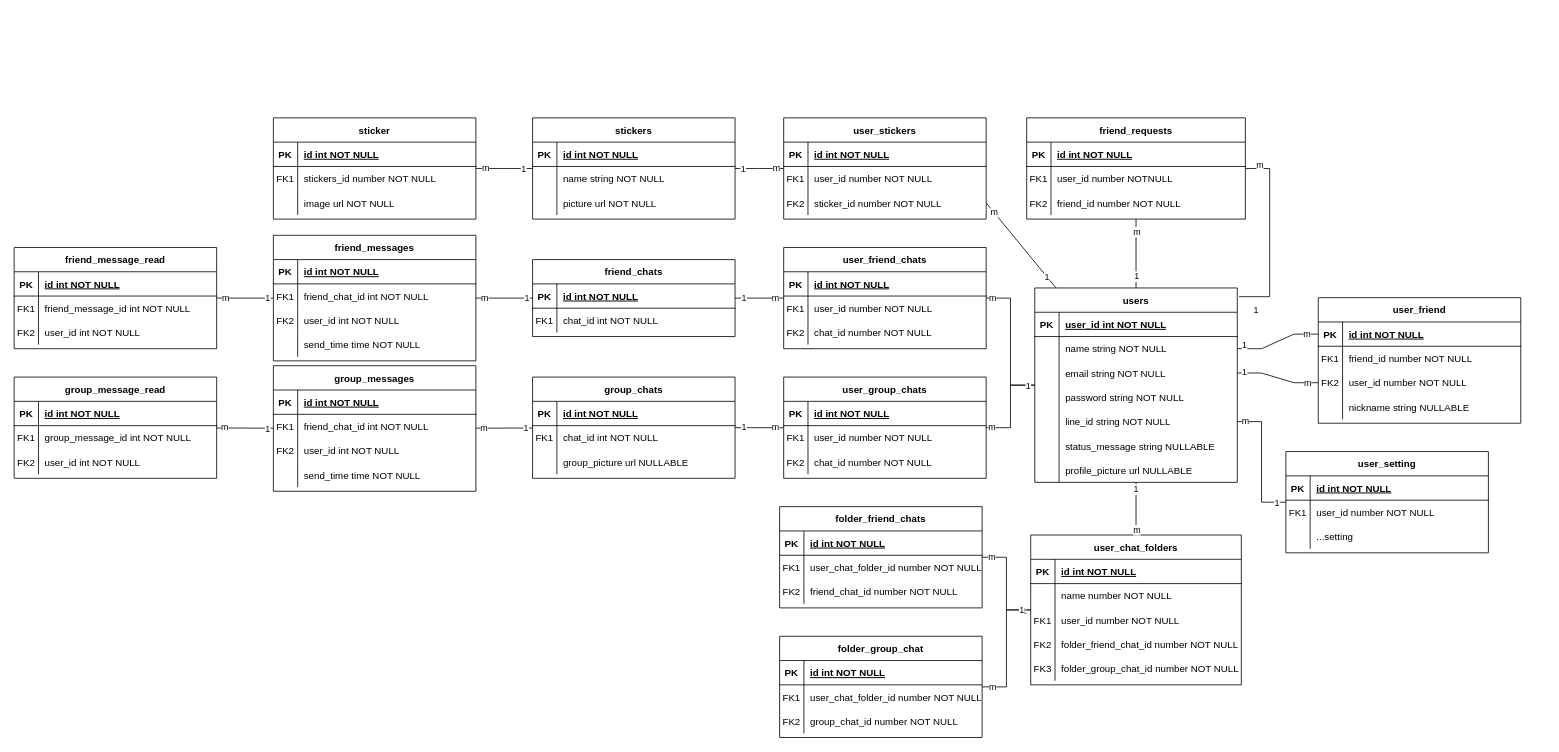
Above: diagram/ER_diagram.drawio in MeowKyWay/LINE-Clone (draw.io), before the change. Source tidied: cells renumbered, new cells numbered last; positions are measured from the earlier drawing's top-left corner, leaving out a move shared by most shapes. Both pictures are drawn from the tidied source at 81%, with x=0, y=0 at pixel (14, 117).
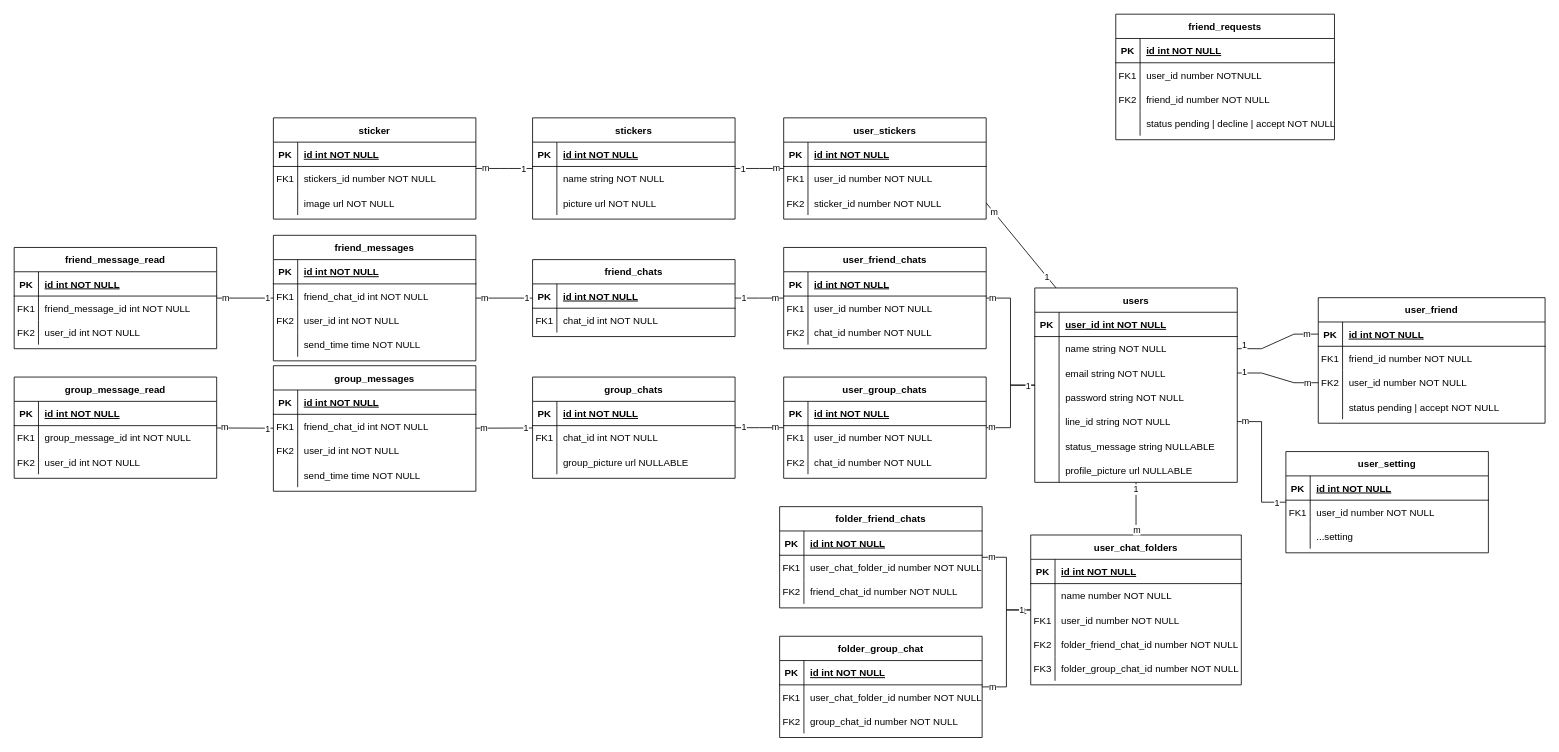
Above is the later version.

Unchanged cells that the change refers to:
```xml
<mxCell id="22" value="users" style="shape=table;startSize=30;childLayout=tableLayout;rowLines=0;fontStyle=1;align=center;" parent="1" vertex="1">
  <mxGeometry x="1260" y="210" width="250" height="240" as="geometry" />
</mxCell>
```

Diff of the diagram source:
```diff
@@
     <mxCell id="104" value="user_friend" style="shape=table;startSize=30;childLayout=tableLayout;rowLines=0;fontStyle=1;align=center;" parent="1" vertex="1">
-      <mxGeometry x="1610" y="222" width="250" height="155" as="geometry" />
+      <mxGeometry x="1610" y="222" width="280" height="155" as="geometry" />
     </mxCell>
     <mxCell id="105" style="shape=partialRectangle;fillColor=none;points=[[0,0.5],[1,0.5]];portConstraint=eastwest;top=0;left=0;right=0;bottom=1;" parent="104" vertex="1">
-      <mxGeometry y="30" width="250" height="30" as="geometry" />
+      <mxGeometry y="30" width="280" height="30" as="geometry" />
     </mxCell>
@@
     <mxCell id="107" value="id int NOT NULL " style="shape=partialRectangle;overflow=hidden;fillColor=none;top=0;left=0;bottom=0;right=0;align=left;spacingLeft=6;fontStyle=5;" parent="105" vertex="1">
-      <mxGeometry x="30" width="220" height="30" as="geometry" />
+      <mxGeometry x="30" width="250" height="30" as="geometry" />
     </mxCell>
     <mxCell id="108" style="shape=partialRectangle;fillColor=none;top=0;left=0;right=0;bottom=0;" parent="104" vertex="1">
-      <mxGeometry y="60" width="250" height="30" as="geometry" />
+      <mxGeometry y="60" width="280" height="30" as="geometry" />
     </mxCell>
@@
     <mxCell id="110" value="friend_id number NOT NULL" style="shape=partialRectangle;overflow=hidden;fillColor=none;top=0;left=0;bottom=0;right=0;align=left;spacingLeft=6;" parent="108" vertex="1">
-      <mxGeometry x="30" width="220" height="30" as="geometry" />
+      <mxGeometry x="30" width="250" height="30" as="geometry" />
     </mxCell>
     <mxCell id="111" style="shape=partialRectangle;fillColor=none;points=[[0,0.5],[1,0.5]];portConstraint=eastwest;top=0;left=0;right=0;bottom=0;" parent="104" vertex="1">
-      <mxGeometry y="90" width="250" height="30" as="geometry" />
+      <mxGeometry y="90" width="280" height="30" as="geometry" />
     </mxCell>
@@
     <mxCell id="113" value="user_id number NOT NULL" style="shape=partialRectangle;overflow=hidden;fillColor=none;top=0;left=0;bottom=0;right=0;align=left;spacingLeft=6;" parent="111" vertex="1">
-      <mxGeometry x="30" width="220" height="30" as="geometry" />
+      <mxGeometry x="30" width="250" height="30" as="geometry" />
     </mxCell>
     <mxCell id="114" style="shape=partialRectangle;fillColor=none;top=0;left=0;right=0;bottom=0;" parent="104" vertex="1">
-      <mxGeometry y="120" width="250" height="30" as="geometry" />
+      <mxGeometry y="120" width="280" height="30" as="geometry" />
     </mxCell>
@@
-    <mxCell id="116" value="nickname string NULLABLE" style="shape=partialRectangle;overflow=hidden;fillColor=none;top=0;left=0;bottom=0;right=0;align=left;spacingLeft=6;" parent="114" vertex="1">
-      <mxGeometry x="30" width="220" height="30" as="geometry" />
+    <mxCell id="116" value="status pending | accept NOT NULL" style="shape=partialRectangle;overflow=hidden;fillColor=none;top=0;left=0;bottom=0;right=0;align=left;spacingLeft=6;" parent="114" vertex="1">
+      <mxGeometry x="30" width="250" height="30" as="geometry" />
     </mxCell>
@@
     <mxCell id="243" value="friend_requests" style="shape=table;startSize=30;childLayout=tableLayout;rowLines=0;fontStyle=1;align=center;" parent="1" vertex="1">
-      <mxGeometry x="1250" width="270" height="125" as="geometry" />
+      <mxGeometry x="1360" y="-128" width="270" height="155" as="geometry" />
     </mxCell>
@@
-    <mxCell id="253" style="endArrow=none;html=1;rounded=0;" parent="1" edge="1" source="243" target="22">
-      <mxGeometry relative="1" as="geometry" />
-    </mxCell>
-    <mxCell id="254" value="m" style="edgeLabel;html=1;align=center;verticalAlign=middle;" parent="253" vertex="1">
-      <mxGeometry x="-0.74" relative="1" as="geometry">
-        <mxPoint y="4" as="offset" />
-      </mxGeometry>
-    </mxCell>
-    <mxCell id="255" value="1" style="edgeLabel;html=1;align=center;verticalAlign=middle;" parent="253" vertex="1">
-      <mxGeometry x="0.78" relative="1" as="geometry">
-        <mxPoint y="-6" as="offset" />
-      </mxGeometry>
-    </mxCell>
-    <mxCell id="256" style="endArrow=none;html=1;rounded=0;edgeStyle=entityRelationEdgeStyle;entryX=1.009;entryY=0.045;entryDx=0;entryDy=0;entryPerimeter=0;" parent="1" edge="1" source="243" target="22">
-      <mxGeometry relative="1" as="geometry">
-        <Array as="points">
-          <mxPoint x="1170" y="440" />
-        </Array>
-      </mxGeometry>
-    </mxCell>
-    <mxCell id="257" value="1" style="edgeLabel;html=1;align=center;verticalAlign=middle;" parent="256" vertex="1">
-      <mxGeometry x="0.6" y="-3" relative="1" as="geometry">
-        <mxPoint x="-15" y="24" as="offset" />
-      </mxGeometry>
-    </mxCell>
-    <mxCell id="258" value="m" style="edgeLabel;html=1;align=center;verticalAlign=middle;" parent="256" vertex="1">
-      <mxGeometry x="-0.85" y="3" relative="1" as="geometry">
-        <mxPoint y="-2" as="offset" />
-      </mxGeometry>
-    </mxCell>
+    <mxCell id="262" style="shape=partialRectangle;fillColor=none;top=0;left=0;right=0;bottom=0;" parent="243" vertex="1">
+      <mxGeometry y="120" width="270" height="30" as="geometry" />
+    </mxCell>
+    <mxCell id="263" style="shape=partialRectangle;overflow=hidden;fillColor=none;top=0;left=0;bottom=0;right=0;" parent="262" vertex="1">
+      <mxGeometry width="30" height="30" as="geometry" />
+    </mxCell>
+    <mxCell id="264" value="status pending | decline | accept NOT NULL" style="shape=partialRectangle;overflow=hidden;fillColor=none;top=0;left=0;bottom=0;right=0;align=left;spacingLeft=6;" parent="262" vertex="1">
+      <mxGeometry x="30" width="240" height="30" as="geometry" />
+    </mxCell>
```
